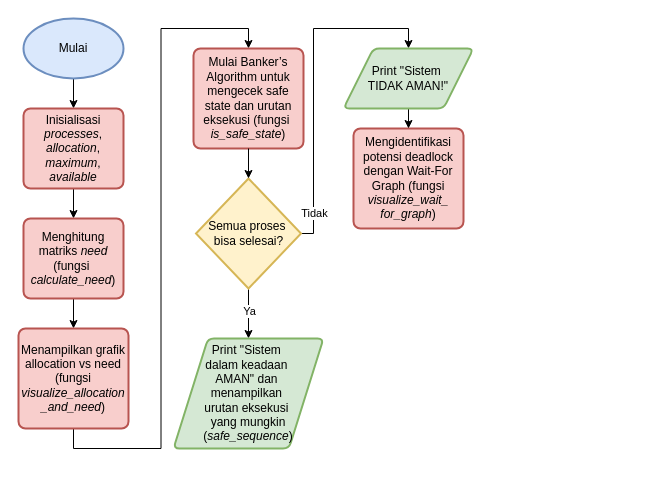
Above: Untitled Diagram.drawio in karenovsqhie/Hello-Project---103062300059-Aulia-Karenovsqhie-Pratasik (draw.io), before the change. Source tidied: cells renumbered, new cells numbered last; positions are measured from the earlier drawing's top-left corner, leaving out a move shared by most shapes. Both pictures are drawn from the tidied source at 100%, with x=0, y=0 at pixel (18, 18).
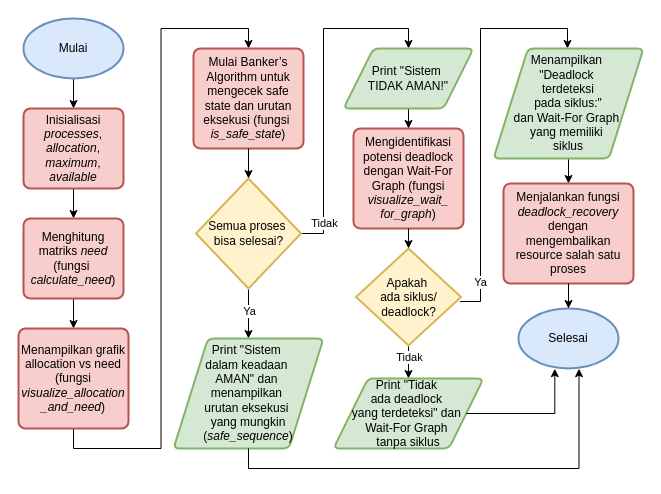
After the change.

Unchanged cells that the change refers to:
```xml
<mxCell id="15" value="Semua proses&amp;nbsp;&lt;div&gt;bisa selesai?&lt;/div&gt;" style="strokeWidth=2;html=1;shape=mxgraph.flowchart.decision;whiteSpace=wrap;fillColor=#fff2cc;strokeColor=#d6b656;" parent="1" vertex="1">
  <mxGeometry x="177.5" y="160" width="105" height="110" as="geometry" />
</mxCell>
<mxCell id="17" value="&lt;div&gt;Print &quot;Sistem&amp;nbsp;&lt;/div&gt;&lt;div&gt;dalam keadaan&amp;nbsp;&lt;/div&gt;&lt;div&gt;AMAN&quot;&amp;nbsp;&lt;span style=&quot;background-color: transparent; color: light-dark(rgb(0, 0, 0), rgb(255, 255, 255));&quot;&gt;dan&amp;nbsp;&lt;/span&gt;&lt;/div&gt;&lt;div&gt;&lt;span style=&quot;background-color: transparent; color: light-dark(rgb(0, 0, 0), rgb(255, 255, 255));&quot;&gt;m&lt;/span&gt;&lt;span style=&quot;background-color: transparent; color: light-dark(rgb(0, 0, 0), rgb(255, 255, 255));&quot;&gt;enampilkan&amp;nbsp;&lt;/span&gt;&lt;/div&gt;&lt;div&gt;&lt;span style=&quot;background-color: transparent; color: light-dark(rgb(0, 0, 0), rgb(255, 255, 255));&quot;&gt;urutan eksekusi&amp;nbsp;&lt;/span&gt;&lt;/div&gt;&lt;div&gt;&lt;span style=&quot;background-color: transparent; color: light-dark(rgb(0, 0, 0), rgb(255, 255, 255));&quot;&gt;yang mungkin (&lt;i&gt;safe_sequence&lt;/i&gt;)&lt;/span&gt;&lt;/div&gt;" style="shape=parallelogram;html=1;strokeWidth=2;perimeter=parallelogramPerimeter;whiteSpace=wrap;rounded=1;arcSize=12;size=0.23;fillColor=#d5e8d4;strokeColor=#82b366;" parent="1" vertex="1">
  <mxGeometry x="155" y="320" width="150" height="110" as="geometry" />
</mxCell>
<mxCell id="19" value="&lt;div&gt;Print &quot;Sistem&amp;nbsp;&lt;/div&gt;&lt;div&gt;TIDAK AMAN!&quot;&lt;/div&gt;" style="shape=parallelogram;html=1;strokeWidth=2;perimeter=parallelogramPerimeter;whiteSpace=wrap;rounded=1;arcSize=12;size=0.23;fillColor=#d5e8d4;strokeColor=#82b366;" parent="1" vertex="1">
  <mxGeometry x="325" y="30" width="130" height="60" as="geometry" />
</mxCell>
<mxCell id="20" value="Mengidentifikasi potensi deadlock dengan Wait-For Graph (fungsi &lt;i&gt;visualize_wait_&lt;/i&gt;&lt;div&gt;&lt;i&gt;for_graph&lt;/i&gt;)&lt;/div&gt;" style="rounded=1;whiteSpace=wrap;html=1;absoluteArcSize=1;arcSize=14;strokeWidth=2;fillColor=#f8cecc;strokeColor=#b85450;" parent="1" vertex="1">
  <mxGeometry x="335" y="110" width="110" height="100" as="geometry" />
</mxCell>
```

The edit, as a diff of the source:
```diff
@@
     <mxCell id="13" style="edgeStyle=orthogonalEdgeStyle;rounded=0;jettySize=auto;html=1;entryX=0.5;entryY=0;entryDx=0;entryDy=0;" parent="1" edge="1" source="15" target="19">
       <mxGeometry relative="1" as="geometry">
         <Array as="points">
-          <mxPoint x="295" y="215" />
-          <mxPoint x="295" y="10" />
+          <mxPoint x="305" y="215" />
+          <mxPoint x="305" y="10" />
           <mxPoint x="390" y="10" />
         </Array>
       </mxGeometry>
     </mxCell>
@@
+    <mxCell id="21" style="edgeStyle=orthogonalEdgeStyle;rounded=0;jettySize=auto;html=1;" parent="1" edge="1" source="25" target="27">
+      <mxGeometry relative="1" as="geometry" />
+    </mxCell>
+    <mxCell id="22" value="Tidak" style="edgeLabel;html=1;align=center;verticalAlign=middle;" parent="21" vertex="1">
+      <mxGeometry x="-0.61" y="2" relative="1" as="geometry">
+        <mxPoint x="-2" y="2" as="offset" />
+      </mxGeometry>
+    </mxCell>
+    <mxCell id="23" style="edgeStyle=orthogonalEdgeStyle;rounded=0;orthogonalLoop=1;jettySize=auto;html=1;exitX=1;exitY=0.5;exitDx=0;exitDy=0;exitPerimeter=0;entryX=0.5;entryY=0;entryDx=0;entryDy=0;" parent="1" edge="1">
+      <mxGeometry relative="1" as="geometry">
+        <mxPoint x="441.5" y="283" as="sourcePoint" />
+        <mxPoint x="549" y="30" as="targetPoint" />
+        <Array as="points">
+          <mxPoint x="462" y="283" />
+          <mxPoint x="462" y="10" />
+          <mxPoint x="549" y="10" />
+        </Array>
+      </mxGeometry>
+    </mxCell>
+    <mxCell id="24" value="Ya" style="edgeLabel;html=1;align=center;verticalAlign=middle;" parent="23" vertex="1">
+      <mxGeometry x="-0.8" y="1" relative="1" as="geometry" />
+    </mxCell>
+    <mxCell id="25" value="Apakah&amp;nbsp;&lt;div&gt;ada&lt;span style=&quot;background-color: transparent; color: light-dark(rgb(0, 0, 0), rgb(255, 255, 255));&quot;&gt;&amp;nbsp;siklus/&lt;/span&gt;&lt;div&gt;&lt;span style=&quot;background-color: transparent; color: light-dark(rgb(0, 0, 0), rgb(255, 255, 255));&quot;&gt;deadlock?&lt;/span&gt;&lt;/div&gt;&lt;/div&gt;" style="strokeWidth=2;html=1;shape=mxgraph.flowchart.decision;whiteSpace=wrap;fillColor=#fff2cc;strokeColor=#d6b656;" parent="1" vertex="1">
+      <mxGeometry x="337.5" y="230" width="105" height="97" as="geometry" />
+    </mxCell>
+    <mxCell id="26" style="edgeStyle=orthogonalEdgeStyle;rounded=0;jettySize=auto;html=1;exitX=0.5;exitY=1;exitDx=0;exitDy=0;entryX=0.5;entryY=0;entryDx=0;entryDy=0;entryPerimeter=0;" parent="1" edge="1" source="20" target="25">
+      <mxGeometry relative="1" as="geometry" />
+    </mxCell>
+    <mxCell id="27" value="Print &quot;Tidak&amp;nbsp;&lt;div&gt;ada&amp;nbsp;&lt;span style=&quot;background-color: transparent; color: light-dark(rgb(0, 0, 0), rgb(255, 255, 255));&quot;&gt;deadlock&amp;nbsp;&lt;/span&gt;&lt;/div&gt;&lt;div&gt;&lt;span style=&quot;background-color: transparent; color: light-dark(rgb(0, 0, 0), rgb(255, 255, 255));&quot;&gt;yang&amp;nbsp;&lt;/span&gt;&lt;span style=&quot;background-color: transparent; color: light-dark(rgb(0, 0, 0), rgb(255, 255, 255));&quot;&gt;terdeteksi&quot;&amp;nbsp;&lt;/span&gt;&lt;span style=&quot;background-color: transparent; color: light-dark(rgb(0, 0, 0), rgb(255, 255, 255));&quot;&gt;dan&amp;nbsp;&lt;/span&gt;&lt;/div&gt;&lt;div&gt;&lt;span style=&quot;background-color: transparent; color: light-dark(rgb(0, 0, 0), rgb(255, 255, 255));&quot;&gt;Wait-For Graph&amp;nbsp;&lt;/span&gt;&lt;/div&gt;&lt;div&gt;&lt;span style=&quot;background-color: transparent; color: light-dark(rgb(0, 0, 0), rgb(255, 255, 255));&quot;&gt;tanpa siklus&lt;/span&gt;&lt;/div&gt;" style="shape=parallelogram;html=1;strokeWidth=2;perimeter=parallelogramPerimeter;whiteSpace=wrap;rounded=1;arcSize=12;size=0.23;fillColor=#d5e8d4;strokeColor=#82b366;" parent="1" vertex="1">
+      <mxGeometry x="315" y="360" width="150" height="70" as="geometry" />
+    </mxCell>
+    <mxCell id="28" style="edgeStyle=orthogonalEdgeStyle;rounded=0;jettySize=auto;html=1;exitX=0.5;exitY=1;exitDx=0;exitDy=0;entryX=0.5;entryY=0;entryDx=0;entryDy=0;" parent="1" edge="1" source="29" target="30">
+      <mxGeometry relative="1" as="geometry" />
+    </mxCell>
+    <mxCell id="29" value="Menampilkan&amp;nbsp;&lt;div&gt;&quot;Deadlock&amp;nbsp;&lt;/div&gt;&lt;div&gt;terdeteksi&lt;/div&gt;&lt;div&gt;&amp;nbsp;pada siklus:&quot;&amp;nbsp;&lt;/div&gt;&lt;div&gt;dan Wait-For Graph&amp;nbsp;&lt;/div&gt;&lt;div&gt;yang memiliki&amp;nbsp;&lt;/div&gt;&lt;div&gt;siklus&lt;/div&gt;" style="shape=parallelogram;html=1;strokeWidth=2;perimeter=parallelogramPerimeter;whiteSpace=wrap;rounded=1;arcSize=12;size=0.23;fillColor=#d5e8d4;strokeColor=#82b366;" parent="1" vertex="1">
+      <mxGeometry x="475" y="30" width="150" height="110" as="geometry" />
+    </mxCell>
+    <mxCell id="30" value="Menjalankan fungsi &lt;i&gt;deadlock_recovery&lt;/i&gt; dengan mengembalikan resource salah satu proses" style="rounded=1;whiteSpace=wrap;html=1;absoluteArcSize=1;arcSize=14;strokeWidth=2;fillColor=#f8cecc;strokeColor=#b85450;" parent="1" vertex="1">
+      <mxGeometry x="485" y="165" width="130" height="100" as="geometry" />
+    </mxCell>
+    <mxCell id="31" value="Selesai" style="strokeWidth=2;html=1;shape=mxgraph.flowchart.start_1;whiteSpace=wrap;fillColor=#dae8fc;strokeColor=#6c8ebf;" parent="1" vertex="1">
+      <mxGeometry x="500" y="290" width="100" height="60" as="geometry" />
+    </mxCell>
+    <mxCell id="32" style="edgeStyle=orthogonalEdgeStyle;rounded=0;jettySize=auto;html=1;exitX=0.5;exitY=1;exitDx=0;exitDy=0;entryX=0.5;entryY=0;entryDx=0;entryDy=0;entryPerimeter=0;" parent="1" edge="1" source="30" target="31">
+      <mxGeometry relative="1" as="geometry" />
+    </mxCell>
+    <mxCell id="33" style="edgeStyle=orthogonalEdgeStyle;rounded=0;jettySize=auto;html=1;exitX=1;exitY=0.5;exitDx=0;exitDy=0;entryX=0.363;entryY=1.003;entryDx=0;entryDy=0;entryPerimeter=0;" parent="1" edge="1" source="27" target="31">
+      <mxGeometry relative="1" as="geometry" />
+    </mxCell>
+    <mxCell id="34" style="edgeStyle=orthogonalEdgeStyle;rounded=0;jettySize=auto;html=1;exitX=0.5;exitY=1;exitDx=0;exitDy=0;entryX=0.605;entryY=1.003;entryDx=0;entryDy=0;entryPerimeter=0;" parent="1" edge="1" source="17" target="31">
+      <mxGeometry relative="1" as="geometry" />
+    </mxCell>
```
